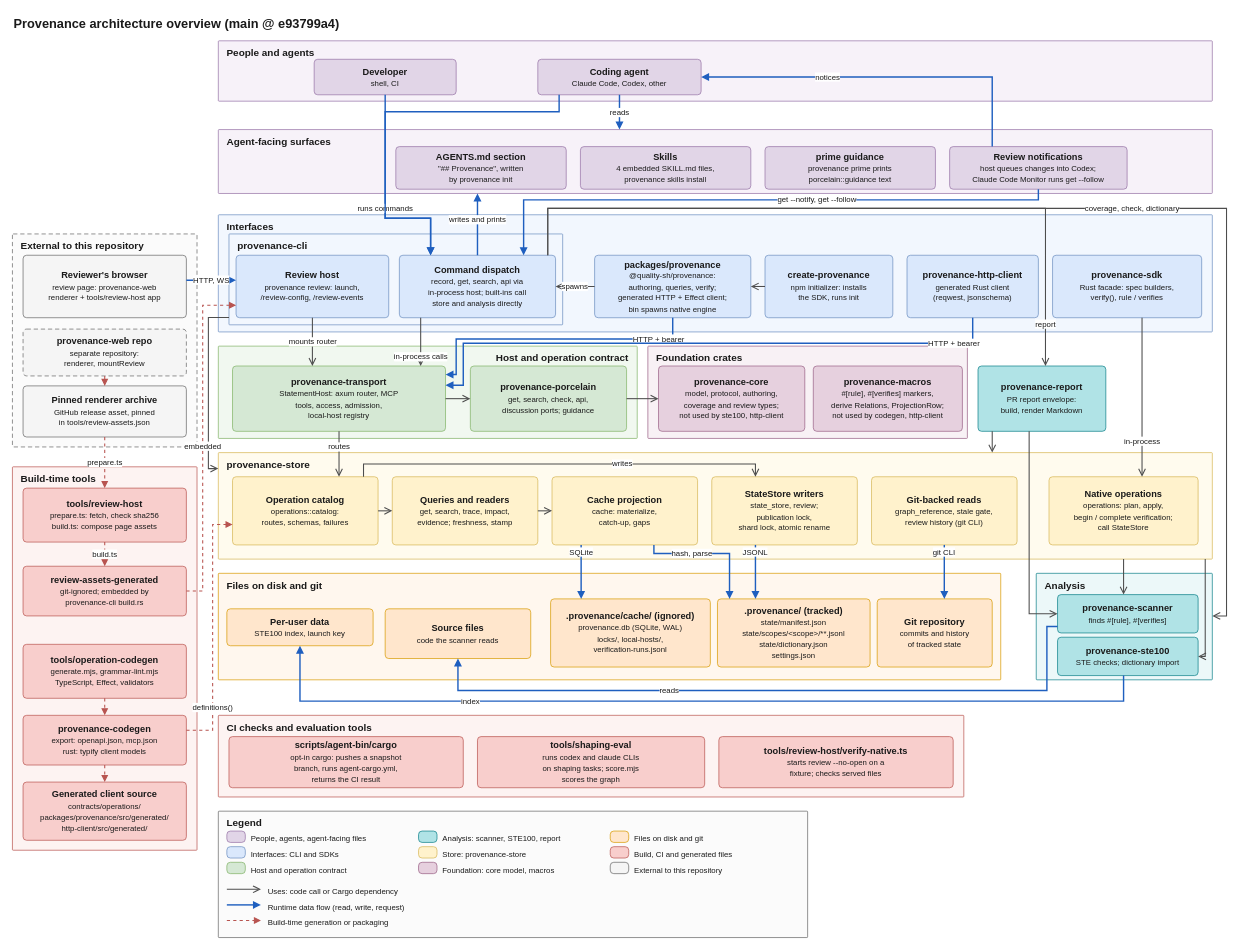
Before: docs/architecture/diagrams/00-overview.drawio in quality-sh/provenance, a draw.io diagram. Source tidied: cells renumbered, new cells numbered last; positions are measured from the earlier drawing's top-left corner, leaving out a move shared by most shapes. Both pictures are drawn from the tidied source at 71%, with x=0, y=0 at pixel (12, 12).
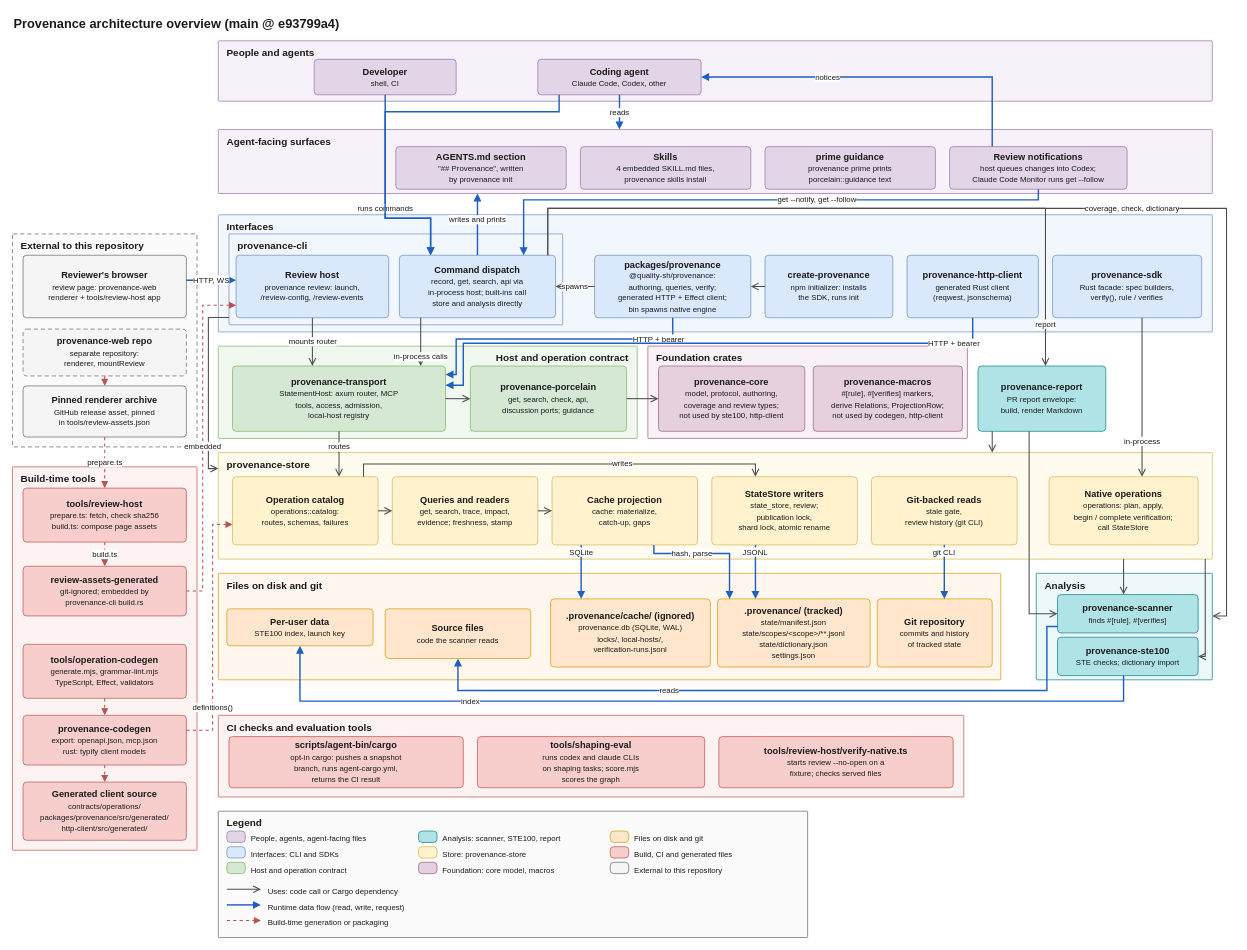
Above is the later version.

Unchanged cells that the change refers to:
```xml
<mxCell id="36" value="provenance-store" style="rounded=1;arcSize=2;absoluteArcSize=1;whiteSpace=wrap;html=1;fillColor=#fffbee;strokeColor=#d6b656;verticalAlign=top;align=left;spacingLeft=10;spacingRight=10;spacingTop=2;fontStyle=1;fontSize=14;fontColor=#1a1a1a;" parent="1" vertex="1">
  <mxGeometry x="290" y="620" width="1400" height="150" as="geometry" />
</mxCell>
```

What changed in the source:
```diff
@@
-    <mxCell id="41" value="&lt;b&gt;Git-backed reads&lt;/b&gt;&lt;br&gt;&lt;font style=&quot;font-size:11px&quot;&gt;graph_reference, stale gate,&lt;br&gt;review history (git CLI)&lt;/font&gt;" style="rounded=1;arcSize=10;absoluteArcSize=1;whiteSpace=wrap;html=1;fillColor=#fff2cc;strokeColor=#d6b656;fontSize=13;fontColor=#1a1a1a;verticalAlign=middle;align=center;spacing=4;" parent="36" vertex="1">
+    <mxCell id="41" value="&lt;b&gt;Git-backed reads&lt;/b&gt;&lt;br&gt;&lt;font style=&quot;font-size:11px&quot;&gt;stale gate,&lt;br&gt;review history (git CLI)&lt;/font&gt;" style="rounded=1;arcSize=10;absoluteArcSize=1;whiteSpace=wrap;html=1;fillColor=#fff2cc;strokeColor=#d6b656;fontSize=13;fontColor=#1a1a1a;verticalAlign=middle;align=center;spacing=4;" parent="36" vertex="1">
       <mxGeometry x="920" y="34" width="205" height="96" as="geometry" />
     </mxCell>
```
